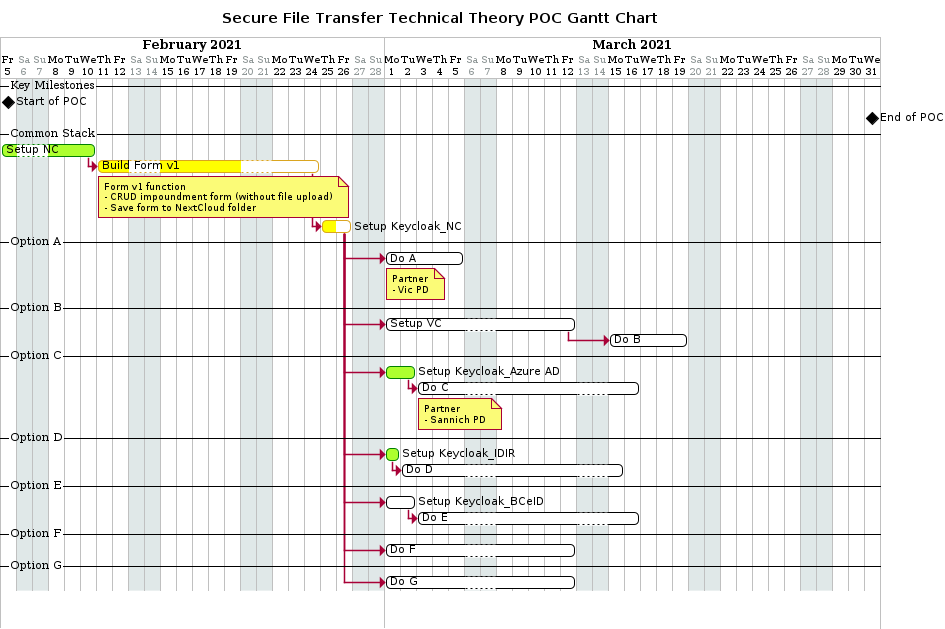
Before: out/docs/gantt/Secure File Transfer Technical Theory POC Gantt Chart.png, a diagram exported from PlantUML (agahchen/notestutorial). The source it was exported from:
```plantuml
@startgantt
hide footbox
printscale daily
saturday are closed
sunday are closed
title Secure File Transfer Technical Theory POC Gantt Chart
Project starts 2021-02-05
-- Key Milestones --
[Start of POC] happens at 2021-02-05
[End of POC] happens at 2021-03-31
-- Common Stack --
[Setup NC] is colored in GreenYellow/Green
[Setup NC] starts at 2021-02-05
[Setup NC] ends at 2021-02-10
[Setup NC] -> [Build Form v1]
[Build Form v1] lasts 10 days
note bottom
Form v1 function
- CRUD impoundment form (without file upload)
- Save form to NextCloud folder
end note
[Build Form v1] is colored in Yellow/GoldenRod
[Build Form v1] is 70% completed
[Build Form v1] -> [Setup Keycloak_NC]
[Setup Keycloak_NC] lasts 2 days
[Setup Keycloak_NC] is 50% completed
[Setup Keycloak_NC] is colored in Yellow/GoldenRod

-- Option A --
[Setup Keycloak_NC] -> [Do A]
[Do A] lasts 1 week
[Do A] is colored in White/Black
note bottom
Partner
- Vic PD
end note
-- Option B --
[Setup Keycloak_NC] -> [Setup VC]
[Setup VC] lasts 2 weeks
[Setup VC] is colored in White/Black
[Setup VC] -> [Do B]
[Do B] lasts 1 week
[Do B] is colored in White/Black
-- Option C --
[Setup Keycloak_NC] -> [Setup Keycloak_Azure AD]
[Setup Keycloak_Azure AD] is colored in GreenYellow/Green
[Setup Keycloak_Azure AD] lasts 2 days
[Setup Keycloak_Azure AD] -> [Do C]
[Do C] lasts 2 weeks
[Do C] is colored in White/Black
note bottom
Partner
- Sannich PD
end note
-- Option D --
[Setup Keycloak_NC] -> [Setup Keycloak_IDIR]
[Setup Keycloak_IDIR] is colored in GreenYellow/Green
[Setup Keycloak_IDIR] -> [Do D]
[Do D] lasts 2 weeks
[Do D] is colored in White/Black
-- Option E --
[Setup Keycloak_NC] -> [Setup Keycloak_BCeID]
[Setup Keycloak_BCeID] lasts 2 days
[Setup Keycloak_BCeID] is colored in White/Black
[Setup Keycloak_BCeID] -> [Do E]
[Do E] lasts 2 weeks
[Do E] is colored in White/Black
-- Option F --
[Setup Keycloak_NC] -> [Do F]
[Do F] lasts 2 weeks
[Do F] is colored in White/Black
-- Option G --
[Setup Keycloak_NC] -> [Do G]
[Do G] lasts 2 weeks
[Do G] is colored in White/Black
@endgantt
```
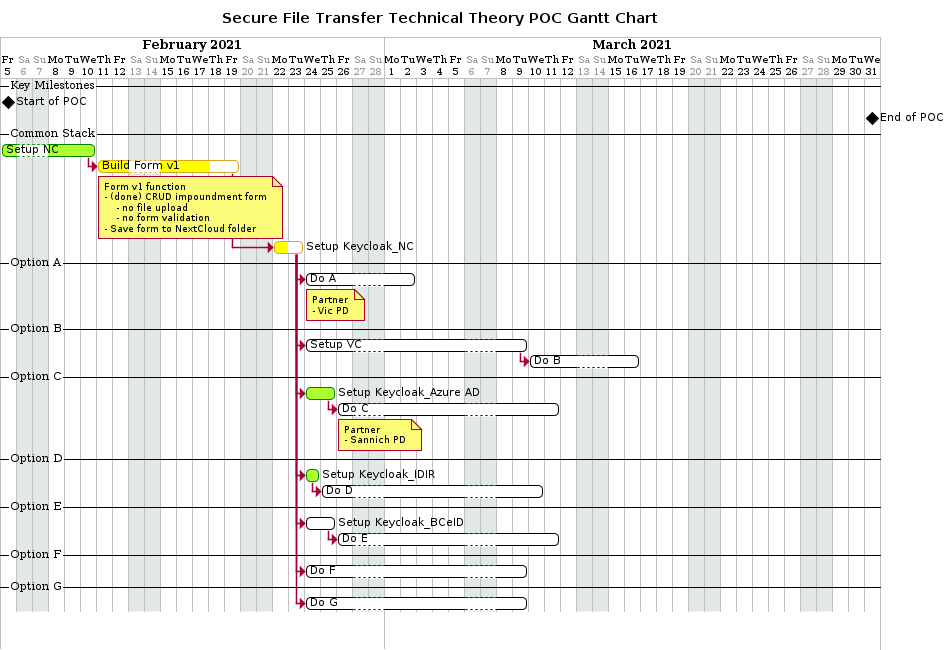
Above is the later version.

Commit message:
Updated gantt chart

Change to the diagram source:
```diff
@@ -13,14 +13,16 @@
 [Setup NC] starts at 2021-02-05
 [Setup NC] ends at 2021-02-10
 [Setup NC] -> [Build Form v1]
-[Build Form v1] lasts 10 days
+[Build Form v1] ends at 2021-02-19
 note bottom
 Form v1 function
-- CRUD impoundment form (without file upload)
+- (done) CRUD impoundment form
+    - no file upload
+    - no form validation
 - Save form to NextCloud folder
 end note
 [Build Form v1] is colored in Yellow/GoldenRod
-[Build Form v1] is 70% completed
+[Build Form v1] is 80% completed
 [Build Form v1] -> [Setup Keycloak_NC]
 [Setup Keycloak_NC] lasts 2 days
 [Setup Keycloak_NC] is 50% completed
```
